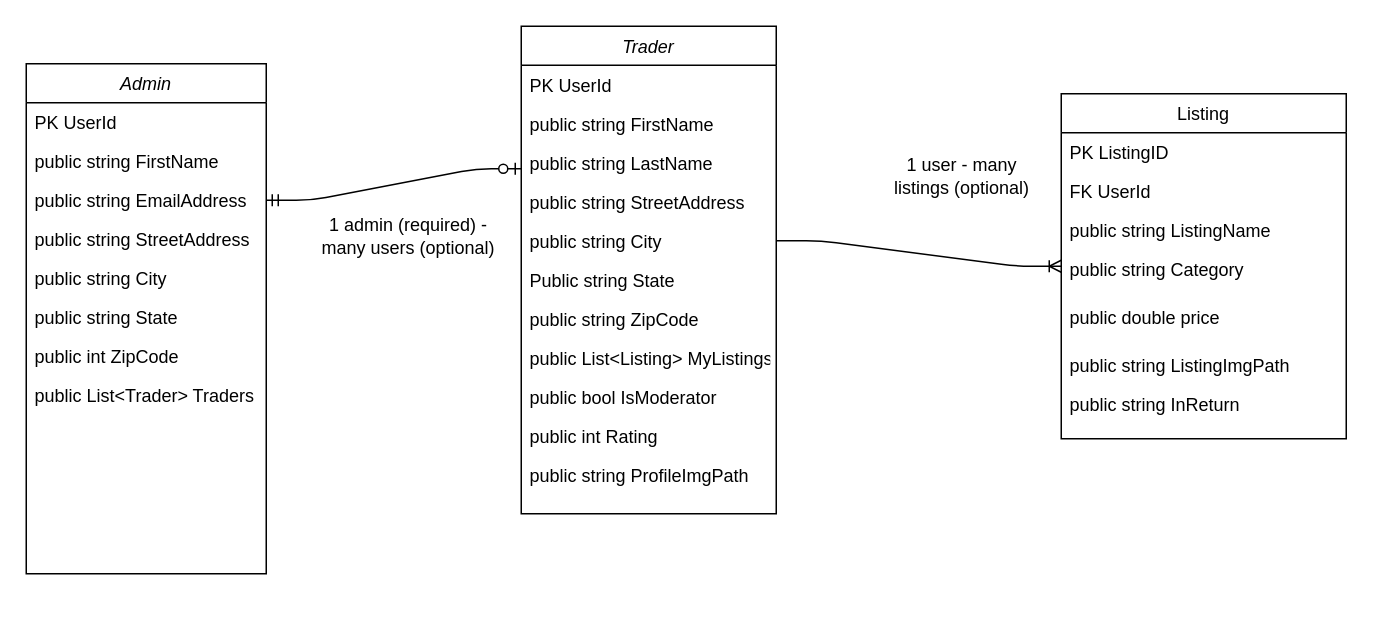
Above: Untitled Diagram.drawio in megancindric/GroupCapstoneEuropium (draw.io), before the change. Source tidied: cells renumbered, new cells numbered last; positions are measured from the earlier drawing's top-left corner, leaving out a move shared by most shapes. Both pictures are drawn from the tidied source at 150%, with x=0, y=0 at pixel (26, 26).
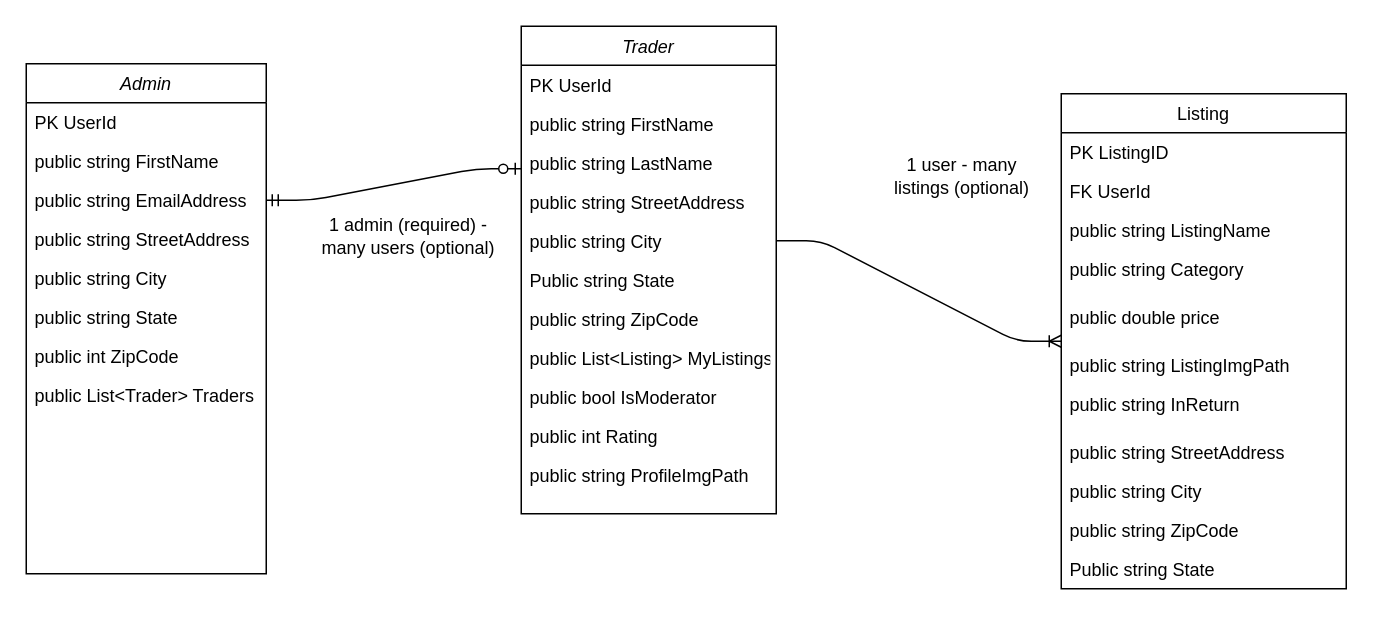
After the change.

Change to the diagram source:
```diff
@@
     <mxCell id="4" value="Listing" style="swimlane;fontStyle=0;align=center;verticalAlign=top;horizontal=1;startSize=26;rounded=0;shadow=0;strokeWidth=1;" parent="1" vertex="1">
-      <mxGeometry x="690" y="45" width="190" height="230" as="geometry" />
+      <mxGeometry x="690" y="45" width="190" height="330" as="geometry" />
     </mxCell>
@@
+    <mxCell id="35" value="public string StreetAddress" style="text;align=left;verticalAlign=top;spacingLeft=4;spacingRight=4;overflow=hidden;rounded=0;shadow=0;html=0;" parent="4" vertex="1">
+      <mxGeometry y="226" width="190" height="26" as="geometry" />
+    </mxCell>
+    <mxCell id="36" value="public string City" style="text;align=left;verticalAlign=top;spacingLeft=4;spacingRight=4;overflow=hidden;rounded=0;shadow=0;html=0;" parent="4" vertex="1">
+      <mxGeometry y="252" width="190" height="26" as="geometry" />
+    </mxCell>
+    <mxCell id="37" value="public string ZipCode" style="text;align=left;verticalAlign=top;spacingLeft=4;spacingRight=4;overflow=hidden;rounded=0;shadow=0;html=0;" parent="4" vertex="1">
+      <mxGeometry y="278" width="190" height="26" as="geometry" />
+    </mxCell>
+    <mxCell id="38" value="Public string State" style="text;align=left;verticalAlign=top;spacingLeft=4;spacingRight=4;overflow=hidden;rounded=0;shadow=0;html=0;" parent="4" vertex="1">
+      <mxGeometry y="304" width="190" height="26" as="geometry" />
+    </mxCell>
```
